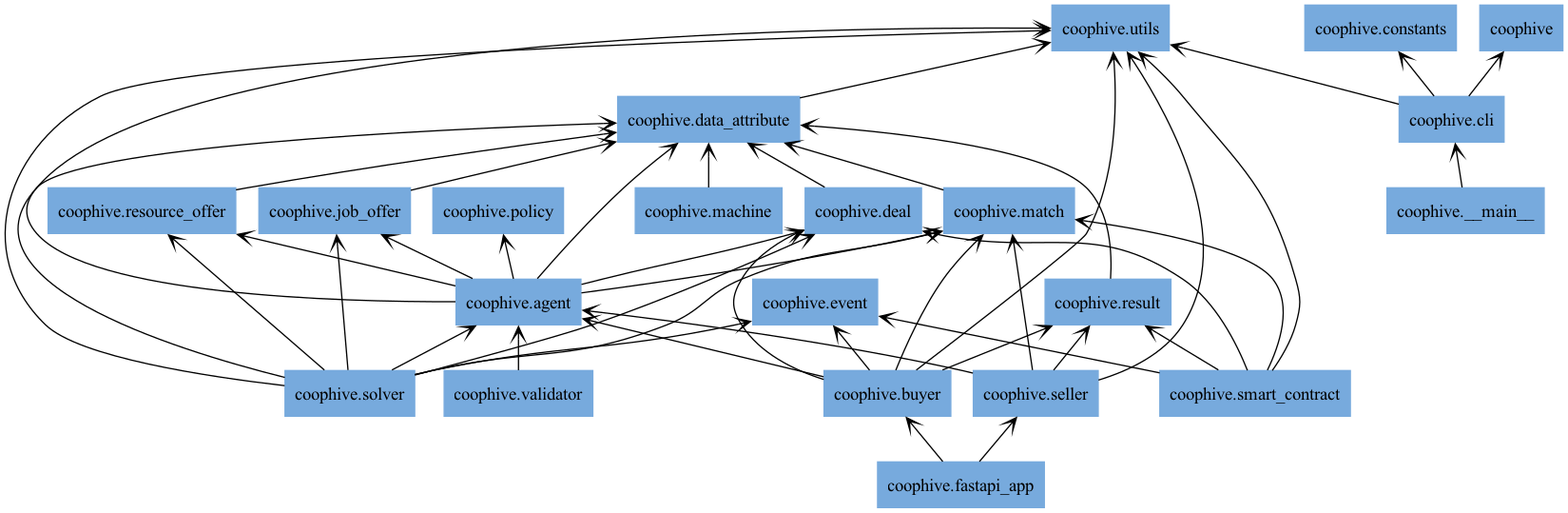
Earlier version of the Graphviz export docs/img/packages_coophive.png (CoopHive/Apiary). Its source is kept beside it as docs/img/packages_coophive.dot.
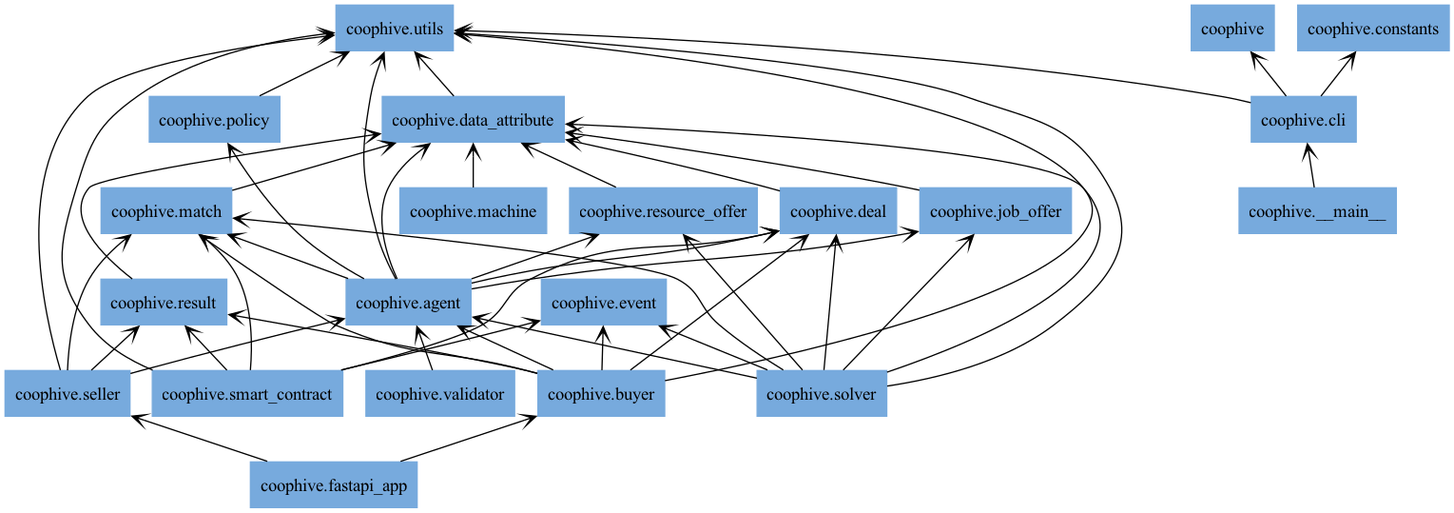
Above is the later version.

Diff of the diagram source:
```diff
@@ -46,6 +46,7 @@
 "coophive.job_offer" -> "coophive.data_attribute" [arrowhead="open", arrowtail="none"];
 "coophive.machine" -> "coophive.data_attribute" [arrowhead="open", arrowtail="none"];
 "coophive.match" -> "coophive.data_attribute" [arrowhead="open", arrowtail="none"];
+"coophive.policy" -> "coophive.utils" [arrowhead="open", arrowtail="none"];
 "coophive.resource_offer" -> "coophive.data_attribute" [arrowhead="open", arrowtail="none"];
 "coophive.result" -> "coophive.data_attribute" [arrowhead="open", arrowtail="none"];
 "coophive.seller" -> "coophive.agent" [arrowhead="open", arrowtail="none"];
```
